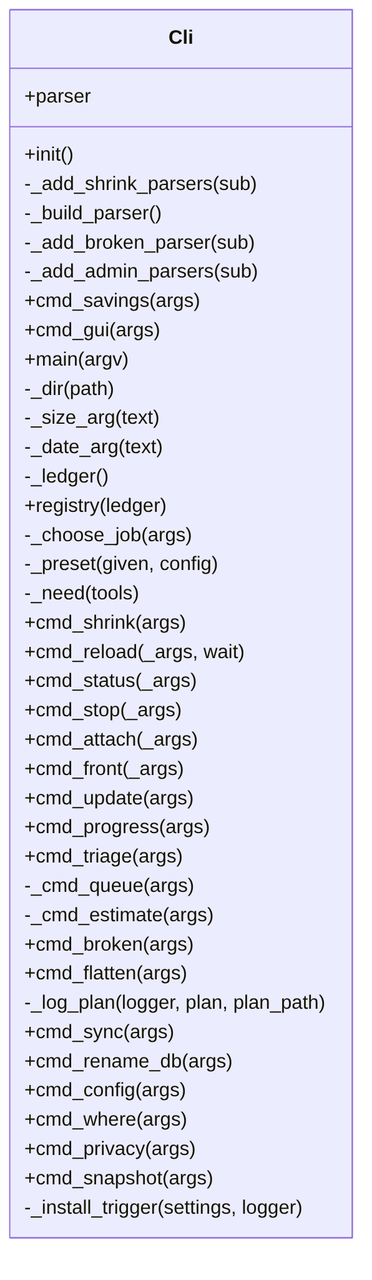
The Mermaid diagram docs/img/uml_cli.png in peddanet/mediatools, before a commit. Its source is kept beside it as docs/img/uml_cli.mmd.
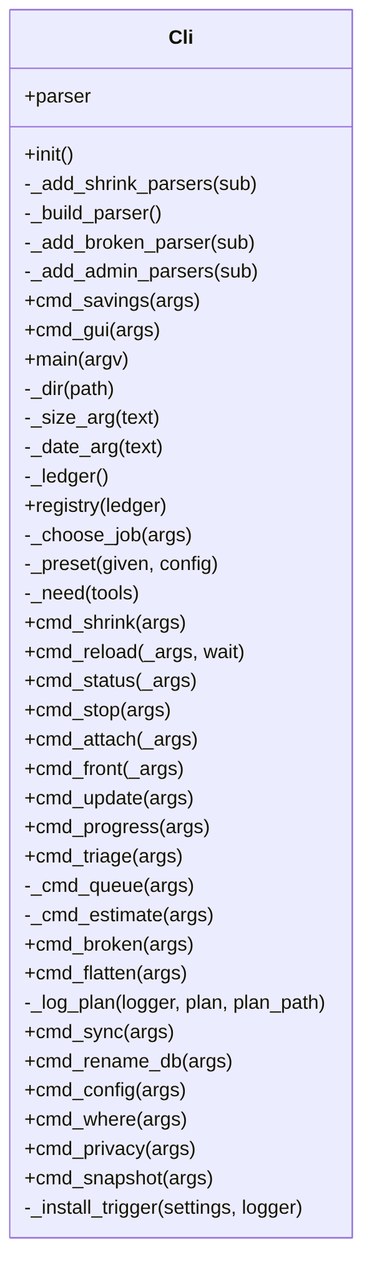
After the change.

The edit, as a diff of the source:
```diff
@@ -21,7 +21,7 @@
     +cmd_shrink(args)
     +cmd_reload(_args, wait)
     +cmd_status(_args)
-    +cmd_stop(_args)
+    +cmd_stop(args)
     +cmd_attach(_args)
     +cmd_front(_args)
     +cmd_update(args)
```
